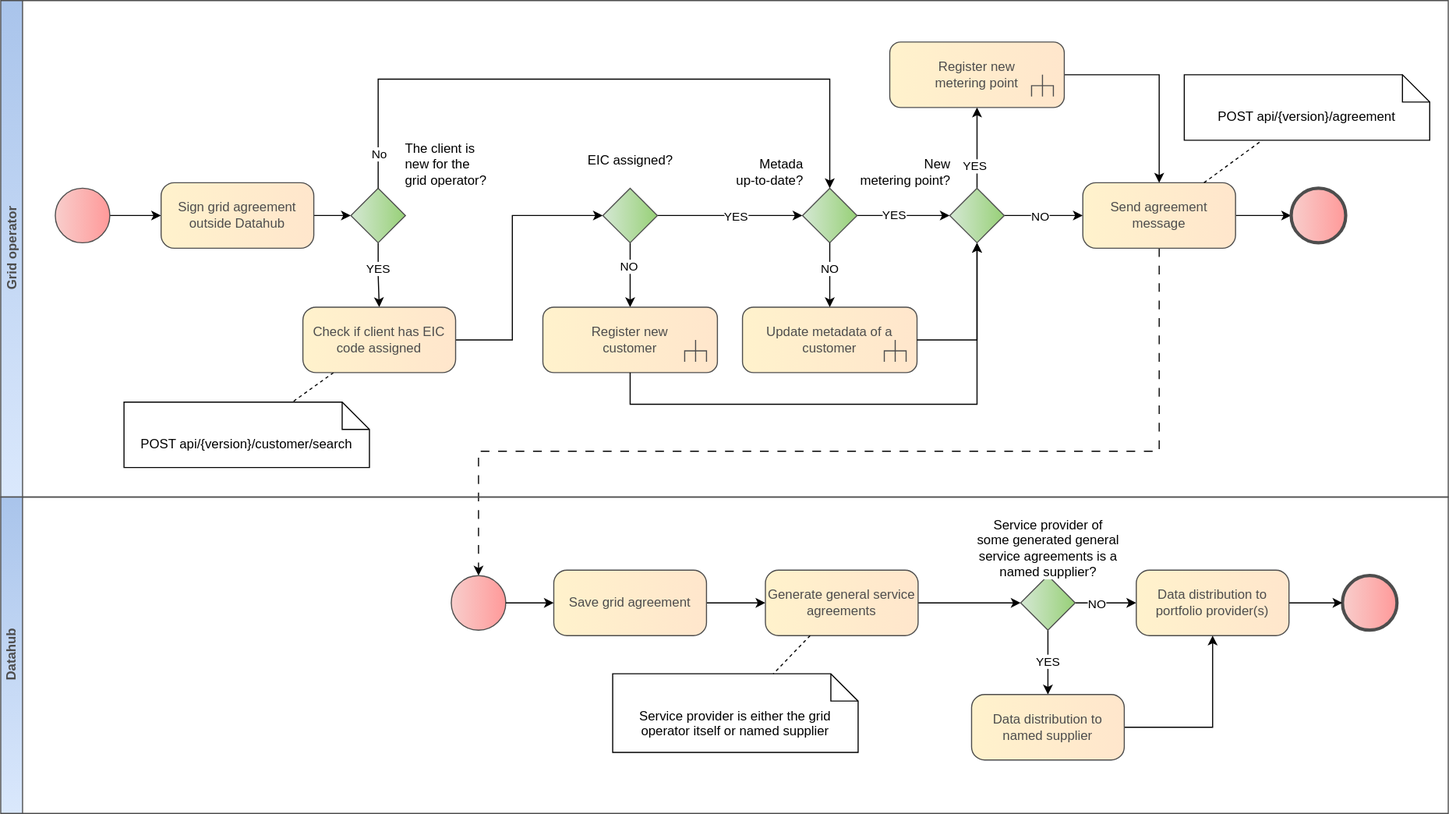
Elering/estfeed-datahub-docs keeps this draw.io diagram as diagrams/agreement-management/register-new-grid-agreement.svg. Above is the earlier version. Source tidied: cells renumbered, new cells last; positions are measured from the earlier drawing's top-left corner, leaving out a move shared by most shapes.
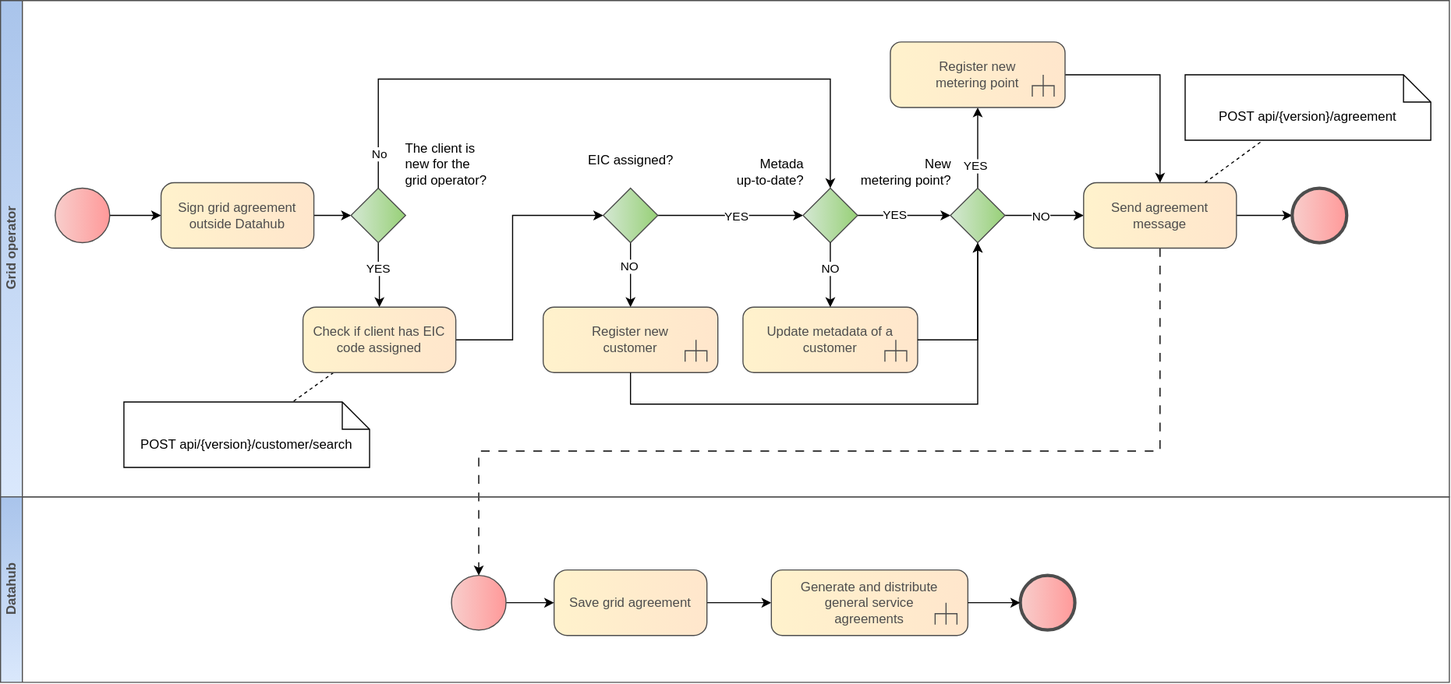
After the change.

Commit message:
1) Added general service generation process and refactored some other processes 2) Added process for exhanging customer's billing metadada

Diff of the diagram source:
```diff
@@ -134,11 +134,8 @@
       <mxGeometry x="1183" y="172" width="50" height="50" as="geometry" />
     </mxCell>
     <mxCell id="39" value="Datahub" style="swimlane;html=1;horizontal=0;startSize=20;strokeColor=#4D4D4D;fillColor=#dae8fc;fontColor=#4D4D4D;gradientColor=#A9C4EB;gradientDirection=north;rotation=0;" parent="1" vertex="1">
-      <mxGeometry y="455" width="1327" height="290" as="geometry" />
+      <mxGeometry y="455" width="1327" height="170" as="geometry" />
     </mxCell>
-    <mxCell id="40" style="points=[[0.145,0.145,0],[0.5,0,0],[0.855,0.145,0],[1,0.5,0],[0.855,0.855,0],[0.5,1,0],[0.145,0.855,0],[0,0.5,0]];shape=mxgraph.bpmn.event;html=1;verticalLabelPosition=bottom;labelBackgroundColor=#ffffff;verticalAlign=bottom;align=center;perimeter=ellipsePerimeter;outlineConnect=0;outline=standard;symbol=general;fontFamily=Helvetica;fontSize=12;fontColor=#4D4D4D;fillColor=#f8cecc;strokeColor=#4D4D4D;rounded=1;shadow=0;strokeWidth=1;gradientColor=#FF9999;gradientDirection=east;" parent="39" vertex="1">
-      <mxGeometry x="413" y="72" width="50" height="50" as="geometry" />
-    </mxCell>
     <mxCell id="41" style="rounded=0;jettySize=auto;html=1;dashed=1;endArrow=none;endFill=0;" parent="1" edge="1" source="33" target="43">
       <mxGeometry relative="1" as="geometry" />
     </mxCell>
@@ -151,56 +148,26 @@
     <mxCell id="44" value="Register new metering point" style="html=1;shape=mxgraph.sysml.callBehAct;whiteSpace=wrap;align=center;strokeColor=#4D4D4D;fillColor=#fff2cc;rounded=1;arcSize=40;shadow=0;spacingLeft=20;spacingRight=20;fontColor=#4D4D4D;gradientColor=#FFE6CC;gradientDirection=east;glass=0;labelBackgroundColor=none;labelBorderColor=none;" parent="1" vertex="1">
       <mxGeometry x="815" y="38" width="160" height="60" as="geometry" />
     </mxCell>
-    <mxCell id="45" style="edgeStyle=orthogonalEdgeStyle;rounded=0;jettySize=auto;html=1;" parent="1" edge="1" source="46" target="48">
+    <mxCell id="45" style="edgeStyle=orthogonalEdgeStyle;rounded=0;jettySize=auto;html=1;entryX=0;entryY=0.5;entryDx=0;entryDy=0;entryPerimeter=0;" parent="1" edge="1" source="46" target="62">
       <mxGeometry relative="1" as="geometry" />
     </mxCell>
     <mxCell id="46" value="Save grid agreement" style="rounded=1;whiteSpace=wrap;html=1;arcSize=20;fillColor=#fff2cc;strokeColor=#4D4D4D;shadow=0;fontColor=#4D4D4D;gradientColor=#FFE6CC;gradientDirection=east;glass=0;backgroundOutline=0;enumerate=0;labelBackgroundColor=none;labelBorderColor=none;strokeWidth=1;" parent="1" vertex="1">
       <mxGeometry x="507" y="522" width="140" height="60" as="geometry" />
     </mxCell>
-    <mxCell id="47" style="edgeStyle=orthogonalEdgeStyle;rounded=0;jettySize=auto;html=1;" parent="1" edge="1" source="48" target="55">
-      <mxGeometry relative="1" as="geometry" />
-    </mxCell>
-    <mxCell id="48" value="Generate general service agreements" style="rounded=1;whiteSpace=wrap;html=1;arcSize=20;fillColor=#fff2cc;strokeColor=#4D4D4D;shadow=0;fontColor=#4D4D4D;gradientColor=#FFE6CC;gradientDirection=east;glass=0;backgroundOutline=0;enumerate=0;labelBackgroundColor=none;labelBorderColor=none;strokeWidth=1;" parent="1" vertex="1">
-      <mxGeometry x="701" y="522" width="140" height="60" as="geometry" />
-    </mxCell>
-    <mxCell id="49" value="Service provider is either the grid operator itself or named supplier" style="shape=note2;boundedLbl=1;whiteSpace=wrap;html=1;size=25;verticalAlign=top;align=center;" parent="1" vertex="1">
-      <mxGeometry x="561" y="617" width="225" height="72" as="geometry" />
-    </mxCell>
-    <mxCell id="50" style="rounded=0;jettySize=auto;html=1;dashed=1;endArrow=none;endFill=0;" parent="1" edge="1" source="48" target="49">
-      <mxGeometry relative="1" as="geometry" />
-    </mxCell>
-    <mxCell id="51" style="edgeStyle=orthogonalEdgeStyle;rounded=0;jettySize=auto;html=1;" parent="1" edge="1" source="55" target="58">
-      <mxGeometry relative="1" as="geometry" />
-    </mxCell>
-    <mxCell id="52" value="NO" style="edgeLabel;html=1;align=center;verticalAlign=middle;" parent="51" vertex="1">
-      <mxGeometry x="-0.33" y="-1" relative="1" as="geometry" />
-    </mxCell>
-    <mxCell id="53" style="edgeStyle=orthogonalEdgeStyle;rounded=0;jettySize=auto;html=1;" parent="1" edge="1" source="55" target="60">
-      <mxGeometry relative="1" as="geometry" />
-    </mxCell>
-    <mxCell id="54" value="YES" style="edgeLabel;html=1;align=center;verticalAlign=middle;" parent="53" vertex="1">
-      <mxGeometry x="-0.05" relative="1" as="geometry" />
-    </mxCell>
-    <mxCell id="55" value="Service provider of&lt;br&gt;some generated general&lt;br&gt;service agreements is a&lt;br&gt;named supplier?" style="points=[[0.25,0.25,0],[0.5,0,0],[0.75,0.25,0],[1,0.5,0],[0.75,0.75,0],[0.5,1,0],[0.25,0.75,0],[0,0.5,0]];shape=mxgraph.bpmn.gateway2;html=1;verticalLabelPosition=top;labelBackgroundColor=#ffffff;verticalAlign=middle;align=center;perimeter=rhombusPerimeter;outlineConnect=0;outline=none;symbol=none;fontFamily=Helvetica;fontSize=12;fontColor=#000000;fillColor=#D5E8D4;strokeColor=#4D4D4D;rounded=0;shadow=0;gradientColor=#97D077;gradientDirection=east;spacing=0;labelPosition=center;" parent="1" vertex="1">
-      <mxGeometry x="935" y="527" width="50" height="50" as="geometry" />
-    </mxCell>
+    <mxCell id="61" style="edgeStyle=orthogonalEdgeStyle;rounded=0;jettySize=auto;html=1;" parent="1" edge="1" source="40" target="46">
+      <mxGeometry relative="1" as="geometry" />
+    </mxCell>
+    <mxCell id="40" style="points=[[0.145,0.145,0],[0.5,0,0],[0.855,0.145,0],[1,0.5,0],[0.855,0.855,0],[0.5,1,0],[0.145,0.855,0],[0,0.5,0]];shape=mxgraph.bpmn.event;html=1;verticalLabelPosition=bottom;labelBackgroundColor=#ffffff;verticalAlign=bottom;align=center;perimeter=ellipsePerimeter;outlineConnect=0;outline=standard;symbol=general;fontFamily=Helvetica;fontSize=12;fontColor=#4D4D4D;fillColor=#f8cecc;strokeColor=#4D4D4D;rounded=1;shadow=0;strokeWidth=1;gradientColor=#FF9999;gradientDirection=east;" parent="1" vertex="1">
+      <mxGeometry x="413" y="527" width="50" height="50" as="geometry" />
+    </mxCell>
+    <mxCell id="62" value="Generate and distribute general service agreements" style="html=1;shape=mxgraph.sysml.callBehAct;whiteSpace=wrap;align=center;strokeColor=#4D4D4D;fillColor=#fff2cc;rounded=1;arcSize=40;shadow=0;spacingLeft=20;spacingRight=20;fontColor=#4D4D4D;gradientColor=#FFE6CC;gradientDirection=east;glass=0;labelBackgroundColor=none;labelBorderColor=none;" parent="1" vertex="1">
+      <mxGeometry x="706" y="522" width="180" height="60" as="geometry" />
+    </mxCell>
     <mxCell id="56" style="points=[[0.145,0.145,0],[0.5,0,0],[0.855,0.145,0],[1,0.5,0],[0.855,0.855,0],[0.5,1,0],[0.145,0.855,0],[0,0.5,0]];shape=mxgraph.bpmn.event;html=1;verticalLabelPosition=top;labelBackgroundColor=#ffffff;verticalAlign=middle;align=center;perimeter=ellipsePerimeter;outlineConnect=0;outline=end;symbol=terminate2;fontFamily=Helvetica;fontSize=12;fontColor=#000000;fillColor=#f8cecc;strokeColor=#4D4D4D;rounded=1;shadow=0;strokeWidth=1;gradientColor=#FF9999;gradientDirection=east;spacing=0;spacingTop=0;spacingLeft=0;spacingBottom=0;labelPosition=center;" parent="1" vertex="1">
-      <mxGeometry x="1230" y="527" width="50" height="50" as="geometry" />
+      <mxGeometry x="934" y="527" width="50" height="50" as="geometry" />
     </mxCell>
-    <mxCell id="57" style="edgeStyle=orthogonalEdgeStyle;rounded=0;jettySize=auto;html=1;" parent="1" edge="1" source="58" target="56">
+    <mxCell id="57" style="edgeStyle=orthogonalEdgeStyle;rounded=0;jettySize=auto;html=1;exitX=1;exitY=0.5;exitDx=0;exitDy=0;exitPerimeter=0;" parent="1" edge="1" source="62" target="56">
       <mxGeometry relative="1" as="geometry" />
     </mxCell>
-    <mxCell id="58" value="Data distribution to portfolio provider(s)" style="rounded=1;whiteSpace=wrap;html=1;arcSize=20;fillColor=#fff2cc;strokeColor=#4D4D4D;shadow=0;fontColor=#4D4D4D;gradientColor=#FFE6CC;gradientDirection=east;glass=0;backgroundOutline=0;enumerate=0;labelBackgroundColor=none;labelBorderColor=none;strokeWidth=1;" parent="1" vertex="1">
-      <mxGeometry x="1041" y="522" width="140" height="60" as="geometry" />
-    </mxCell>
-    <mxCell id="59" style="edgeStyle=orthogonalEdgeStyle;rounded=0;jettySize=auto;html=1;" parent="1" edge="1" source="60" target="58">
-      <mxGeometry relative="1" as="geometry" />
-    </mxCell>
-    <mxCell id="60" value="Data distribution to named supplier" style="rounded=1;whiteSpace=wrap;html=1;arcSize=20;fillColor=#fff2cc;strokeColor=#4D4D4D;shadow=0;fontColor=#4D4D4D;gradientColor=#FFE6CC;gradientDirection=east;glass=0;backgroundOutline=0;enumerate=0;labelBackgroundColor=none;labelBorderColor=none;strokeWidth=1;" parent="1" vertex="1">
-      <mxGeometry x="890" y="636" width="140" height="60" as="geometry" />
-    </mxCell>
-    <mxCell id="61" style="edgeStyle=orthogonalEdgeStyle;rounded=0;jettySize=auto;html=1;" parent="1" edge="1" source="40" target="46">
-      <mxGeometry relative="1" as="geometry" />
-    </mxCell>
   </root>
 </mxGraphModel>
```
